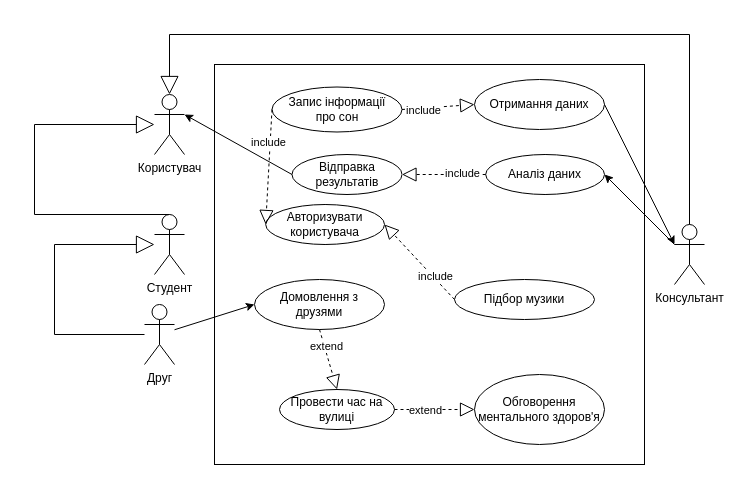
This is page "Страница — 3" (3 of 3) of 1-SoftwareRequirements/1.3-SoftwareUserRequirements/1.3.3-UseCaseDiagram/UseCaseDiagram.drawio from oleksandrblazhko/ai-216-idzhilov, a draw.io file, before an edit. Source tidied: cells renumbered, new cells numbered last; positions are measured from the earlier drawing's top-left corner, leaving out a move shared by most shapes. Both pictures are drawn from the tidied source at 100%, with x=0, y=0 at pixel (34, 34).
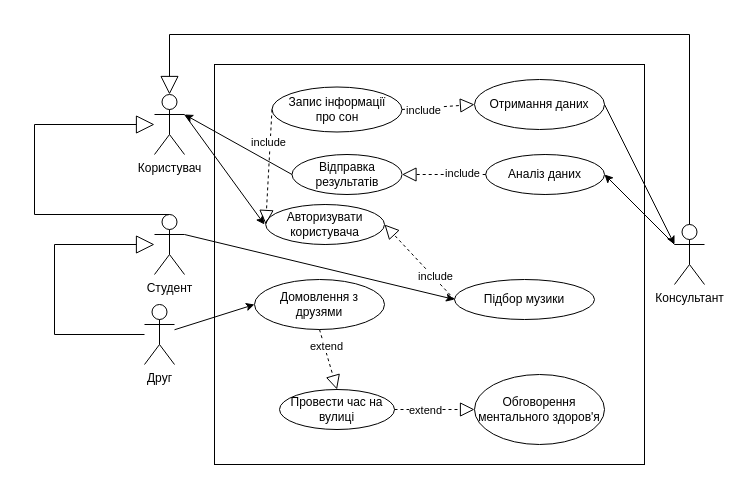
The same page after the edit.

Unchanged cells that the change refers to:
```xml
<mxCell id="3" value="Користувач" style="shape=umlActor;verticalLabelPosition=bottom;verticalAlign=top;html=1;outlineConnect=0;" parent="1" vertex="1">
  <mxGeometry x="120" y="60" width="30" height="60" as="geometry" />
</mxCell>
<mxCell id="6" value="Підбор музики" style="ellipse;whiteSpace=wrap;html=1;" parent="1" vertex="1">
  <mxGeometry x="420" y="245" width="140" height="40" as="geometry" />
</mxCell>
<mxCell id="28" value="Студент" style="shape=umlActor;verticalLabelPosition=bottom;verticalAlign=top;html=1;outlineConnect=0;" parent="1" vertex="1">
  <mxGeometry x="120" y="180" width="30" height="60" as="geometry" />
</mxCell>
```

The edit, as a diff of the source:
```diff
@@
+    <mxCell id="35" style="endArrow=classic;html=1;rounded=0;exitX=1;exitY=0.3333333333333333;exitDx=0;exitDy=0;exitPerimeter=0;" parent="1" edge="1" source="3">
+      <mxGeometry relative="1" as="geometry">
+        <mxPoint x="230" y="190" as="targetPoint" />
+      </mxGeometry>
+    </mxCell>
+    <mxCell id="36" style="endArrow=classic;html=1;rounded=0;exitX=1;exitY=0.3333333333333333;exitDx=0;exitDy=0;exitPerimeter=0;entryX=0;entryY=0.5;entryDx=0;entryDy=0;" parent="1" edge="1" source="28" target="6">
+      <mxGeometry relative="1" as="geometry" />
+    </mxCell>
```
